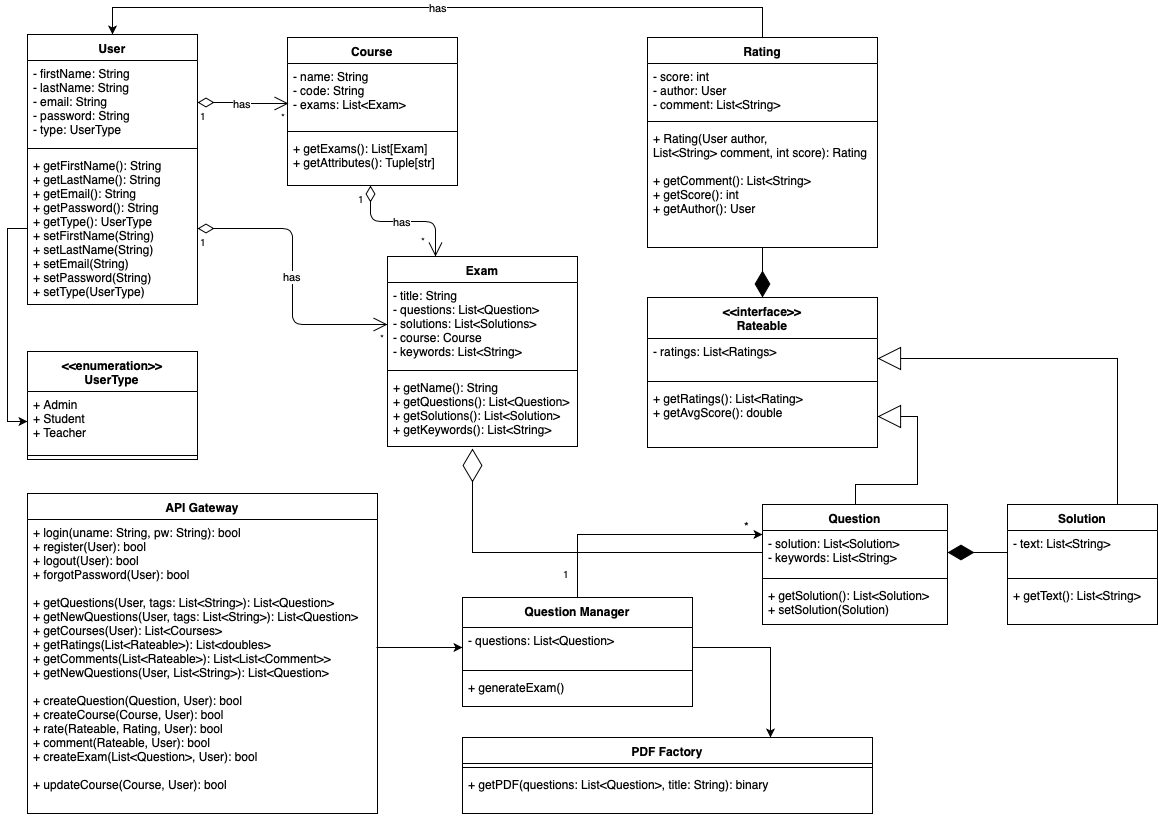
This is docs/diagrams/easy-exam-class-diagram.png from utec-cs2901-2019-2/easy-exam-grupo-iii, a draw.io export, as it was before one commit. Source tidied: cells renumbered, new cells last; positions are measured from the earlier drawing's top-left corner, leaving out a move shared by most shapes.
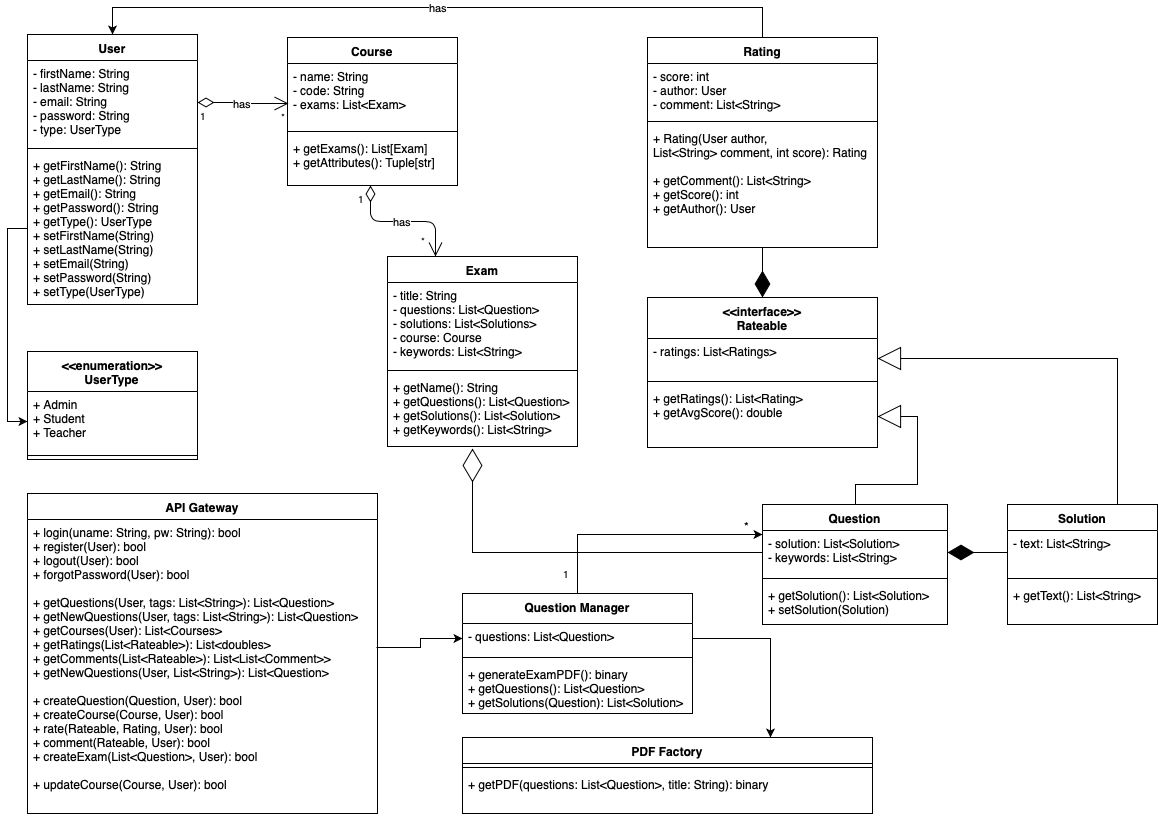
The same diagram one commit later.

Commit message:
Slight fix on class diagram

Diff of the diagram source:
```diff
@@ -112,15 +112,6 @@
     <mxCell id="36" style="endArrow=diamondThin;endFill=1;endSize=24;html=1;entryX=0.5;entryY=0;entryDx=0;entryDy=0;" parent="1" edge="1" source="25" target="26">
       <mxGeometry relative="1" as="geometry" />
     </mxCell>
-    <mxCell id="37" value="has" style="endArrow=open;html=1;endSize=12;startArrow=diamondThin;startSize=14;startFill=0;edgeStyle=orthogonalEdgeStyle;exitX=1;exitY=0.5;exitDx=0;exitDy=0;entryX=0;entryY=0.5;entryDx=0;entryDy=0;" parent="1" edge="1" source="20" target="7">
-      <mxGeometry relative="1" as="geometry" />
-    </mxCell>
-    <mxCell id="38" value="1" style="html=1;align=left;verticalAlign=top;labelBackgroundColor=#ffffff;fontSize=10;" parent="37" vertex="1">
-      <mxGeometry x="-1" relative="1" as="geometry" />
-    </mxCell>
-    <mxCell id="39" value="*" style="html=1;align=right;verticalAlign=top;labelBackgroundColor=#ffffff;fontSize=10;" parent="37" vertex="1">
-      <mxGeometry x="1" relative="1" as="geometry" />
-    </mxCell>
     <mxCell id="40" style="edgeStyle=orthogonalEdgeStyle;rounded=0;jettySize=auto;html=1;exitX=0;exitY=0.5;exitDx=0;exitDy=0;entryX=0;entryY=0.5;entryDx=0;entryDy=0;" parent="1" edge="1" source="20" target="31">
       <mxGeometry relative="1" as="geometry" />
     </mxCell>
@@ -162,16 +153,16 @@
       <mxGeometry relative="1" as="geometry" />
     </mxCell>
     <mxCell id="50" value="Question Manager" style="swimlane;fontStyle=1;align=center;verticalAlign=top;horizontal=1;startSize=30;" parent="1" vertex="1">
-      <mxGeometry x="435" y="590" width="230" height="109" as="geometry" />
+      <mxGeometry x="435" y="586" width="230" height="120" as="geometry" />
     </mxCell>
     <mxCell id="51" value="- questions: List&lt;Question&gt;&#10;" style="text;strokeColor=none;fillColor=none;align=left;verticalAlign=top;spacingLeft=4;spacingRight=4;overflow=hidden;points=[[0,0.5],[1,0.5]];portConstraint=eastwest;" parent="50" vertex="1">
-      <mxGeometry y="30" width="230" height="39" as="geometry" />
+      <mxGeometry y="30" width="230" height="30" as="geometry" />
     </mxCell>
     <mxCell id="52" style="line;strokeWidth=1;fillColor=none;align=left;verticalAlign=middle;spacingTop=-1;spacingLeft=3;spacingRight=3;labelPosition=right;" parent="50" vertex="1">
-      <mxGeometry y="69" width="230" height="8" as="geometry" />
+      <mxGeometry y="60" width="230" height="8" as="geometry" />
     </mxCell>
-    <mxCell id="53" value="+ generateExam()&#10;" style="text;strokeColor=none;fillColor=none;align=left;verticalAlign=top;spacingLeft=4;spacingRight=4;overflow=hidden;" parent="50" vertex="1">
-      <mxGeometry y="77" width="230" height="32" as="geometry" />
+    <mxCell id="53" value="+ generateExamPDF(): binary&#10;+ getQuestions(): List&lt;Question&gt;&#10;+ getSolutions(Question): List&lt;Solution&gt;" style="text;strokeColor=none;fillColor=none;align=left;verticalAlign=top;spacingLeft=4;spacingRight=4;overflow=hidden;" parent="50" vertex="1">
+      <mxGeometry y="68" width="230" height="52" as="geometry" />
     </mxCell>
     <mxCell id="54" style="edgeStyle=orthogonalEdgeStyle;rounded=0;jettySize=auto;html=1;exitX=0.997;exitY=0.435;exitDx=0;exitDy=0;entryX=0;entryY=0.5;entryDx=0;entryDy=0;exitPerimeter=0;" parent="1" edge="1" source="16" target="51">
       <mxGeometry relative="1" as="geometry" />
```
